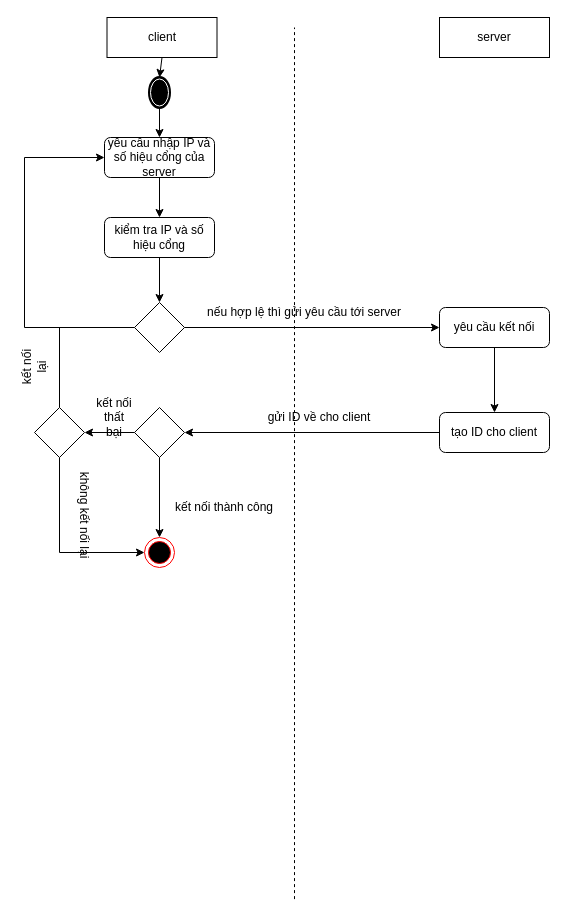
Before: page "Page-3" (3 of 3) of INFO/ltm.drawio in phamhongphuc1999/NetworkPrograming, a draw.io diagram. Source tidied: cells renumbered, new cells numbered last; positions are measured from the earlier drawing's top-left corner, leaving out a move shared by most shapes. Both pictures are drawn from the tidied source at 100%, with x=0, y=0 at pixel (9, 17).
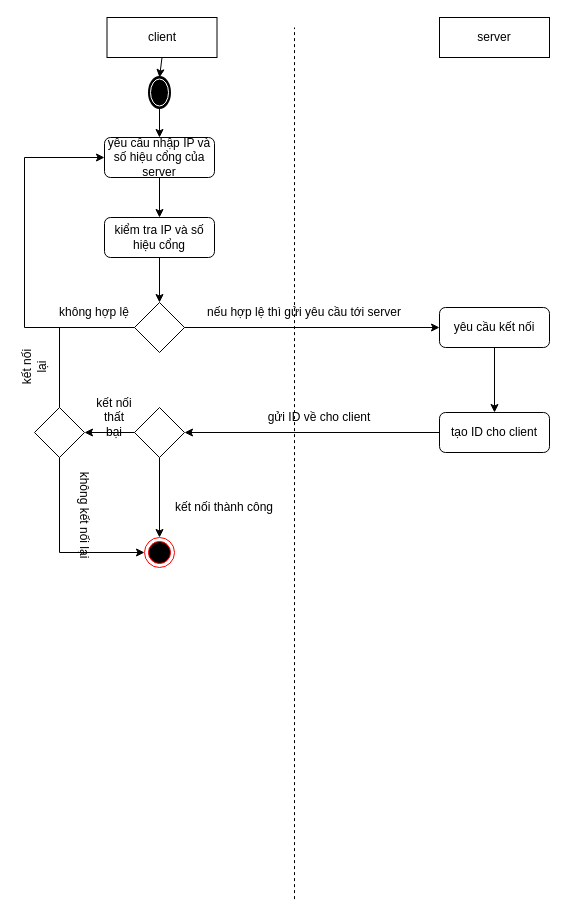
The same page after the edit.

Change to the diagram source:
```diff
@@
+    <mxCell id="33" value="không hợp lệ" style="text;html=1;strokeColor=none;fillColor=none;align=center;verticalAlign=middle;whiteSpace=wrap;rounded=0;" parent="1" vertex="1">
+      <mxGeometry x="45" y="285" width="80" height="20" as="geometry" />
+    </mxCell>
```
